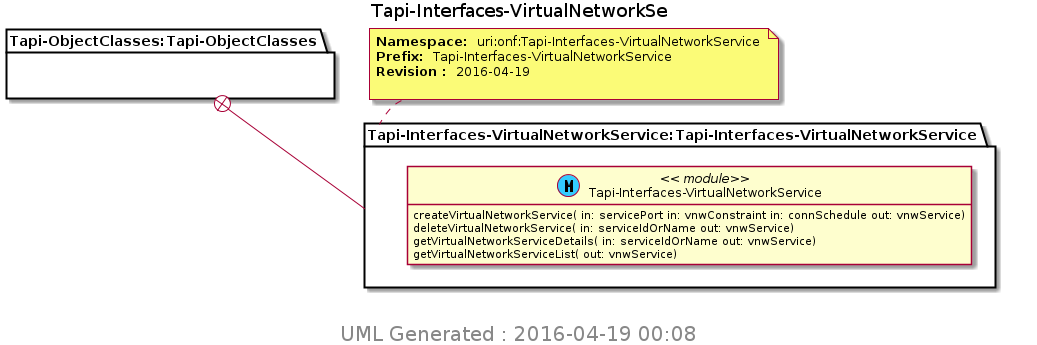
The PlantUML diagram TransportAPI/YANG/pyang_uml/Tapi-Interfaces-VirtualNetworkSe.png in Open-Network-Models-and-Interfaces-ONMI/TAPI, before a commit.
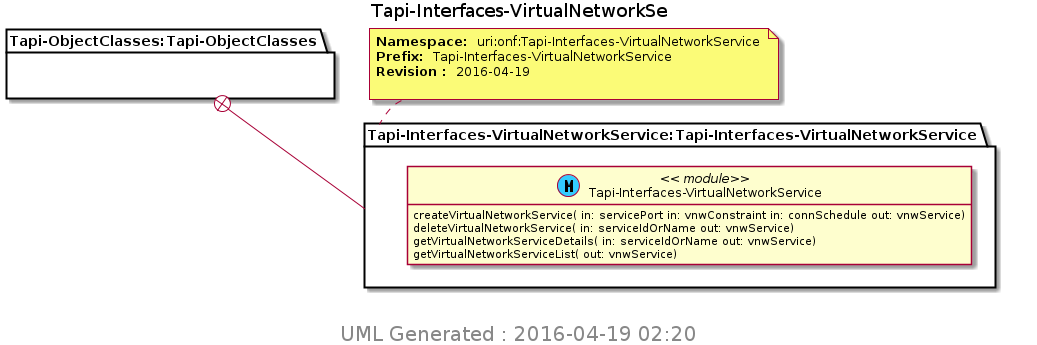
The same diagram one commit later.

The edit, as a diff of the source:
```diff
@@ -21,6 +21,6 @@
 }
 
 center footer
- <size:20> UML Generated : 2016-04-19 00:08 </size>
+ <size:20> UML Generated : 2016-04-19 02:20 </size>
  endfooter
 @enduml
```
